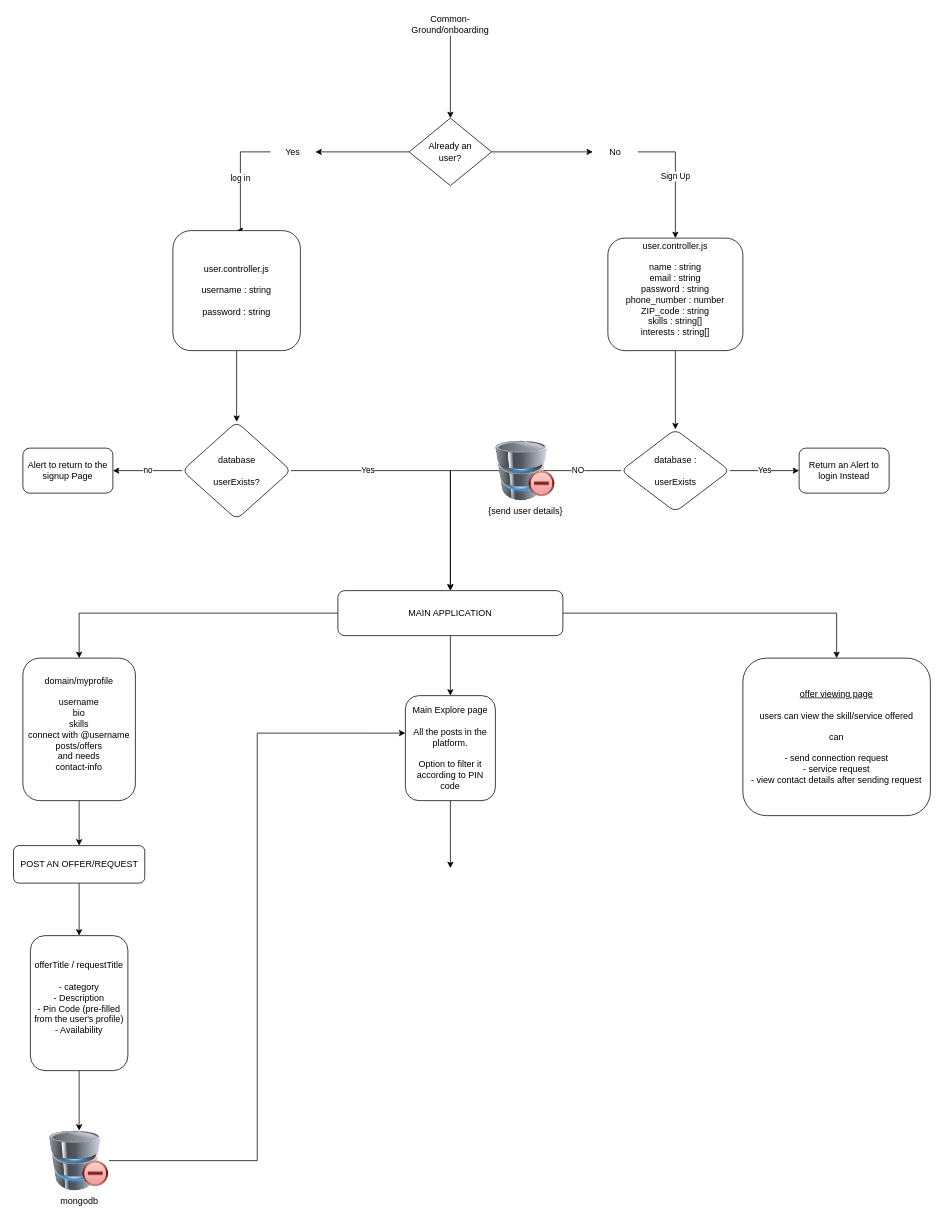
Before: Untitled Diagram.drawio in dibyacodes/Common-Ground, a draw.io diagram. Source tidied: cells renumbered, new cells numbered last; positions are measured from the earlier drawing's top-left corner, leaving out a move shared by most shapes. Both pictures are drawn from the tidied source at 75%, with x=0, y=0 at pixel (14, 13).
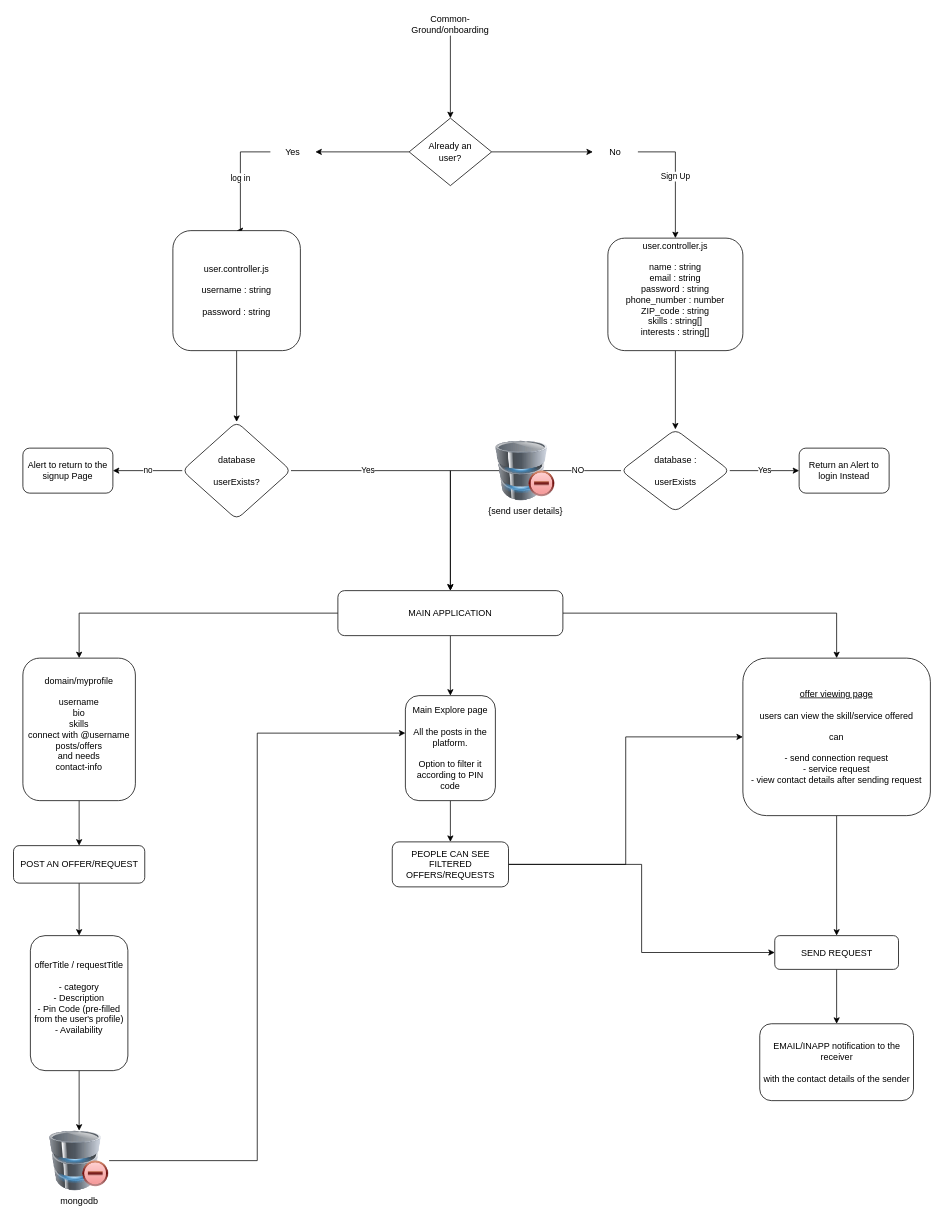
The same diagram, later.

Commit message:
sd : designed user flow & onboarding

Unchanged cells that the change refers to:
```xml
<mxCell id="30" value="&lt;div&gt;Main Explore page&lt;/div&gt;&lt;div&gt;&lt;br&gt;&lt;/div&gt;&lt;div&gt;All the posts in the platform.&lt;/div&gt;&lt;div&gt;&lt;br&gt;&lt;/div&gt;&lt;div&gt;Option to filter it according to PIN code&lt;/div&gt;" style="whiteSpace=wrap;html=1;rounded=1;" parent="1" vertex="1">
  <mxGeometry x="522" y="910" width="120" height="140" as="geometry" />
</mxCell>
<mxCell id="31" value="&lt;div&gt;&lt;u&gt;offer viewing page&lt;/u&gt;&lt;/div&gt;&lt;div&gt;&lt;br&gt;&lt;/div&gt;&lt;div&gt;users can view the skill/service offered&lt;/div&gt;&lt;div&gt;&lt;br&gt;&lt;/div&gt;&lt;div&gt;can&lt;/div&gt;&lt;div&gt;&lt;br&gt;&lt;/div&gt;&lt;div&gt;- send connection request&lt;/div&gt;&lt;div&gt;- service request&lt;/div&gt;&lt;div&gt;- view contact details after sending request&lt;/div&gt;" style="whiteSpace=wrap;html=1;rounded=1;" parent="1" vertex="1">
  <mxGeometry x="972" y="860" width="250" height="210" as="geometry" />
</mxCell>
```

The edit, as a diff of the source:
```diff
@@
-    <mxCell id="29" style="edgeStyle=orthogonalEdgeStyle;rounded=0;jettySize=auto;html=1;" parent="1" edge="1" source="30">
-      <mxGeometry relative="1" as="geometry">
-        <mxPoint x="582" y="1140" as="targetPoint" />
-      </mxGeometry>
-    </mxCell>
+    <mxCell id="39" style="edgeStyle=orthogonalEdgeStyle;rounded=0;jettySize=auto;html=1;" parent="1" edge="1" source="30" target="43">
+      <mxGeometry relative="1" as="geometry" />
+    </mxCell>
@@
+    <mxCell id="40" style="edgeStyle=orthogonalEdgeStyle;rounded=0;jettySize=auto;html=1;" parent="1" edge="1" source="31" target="45">
+      <mxGeometry relative="1" as="geometry" />
+    </mxCell>
@@
+    <mxCell id="41" style="edgeStyle=orthogonalEdgeStyle;rounded=0;jettySize=auto;html=1;entryX=0;entryY=0.5;entryDx=0;entryDy=0;" parent="1" edge="1" source="43" target="31">
+      <mxGeometry relative="1" as="geometry" />
+    </mxCell>
+    <mxCell id="42" style="edgeStyle=orthogonalEdgeStyle;rounded=0;jettySize=auto;html=1;entryX=0;entryY=0.5;entryDx=0;entryDy=0;" parent="1" edge="1" source="43" target="45">
+      <mxGeometry relative="1" as="geometry" />
+    </mxCell>
+    <mxCell id="43" value="&lt;div&gt;PEOPLE CAN SEE FILTERED OFFERS/REQUESTS&lt;/div&gt;" style="whiteSpace=wrap;html=1;rounded=1;" parent="1" vertex="1">
+      <mxGeometry x="504.5" y="1105" width="155" height="60" as="geometry" />
+    </mxCell>
+    <mxCell id="44" style="edgeStyle=orthogonalEdgeStyle;rounded=0;jettySize=auto;html=1;" parent="1" edge="1" source="45" target="46">
+      <mxGeometry relative="1" as="geometry" />
+    </mxCell>
+    <mxCell id="45" value="SEND REQUEST" style="whiteSpace=wrap;html=1;rounded=1;" parent="1" vertex="1">
+      <mxGeometry x="1014.5" y="1230" width="165" height="45" as="geometry" />
+    </mxCell>
+    <mxCell id="46" value="&lt;div&gt;EMAIL/INAPP notification to the receiver&lt;/div&gt;&lt;div&gt;&lt;br&gt;&lt;/div&gt;&lt;div&gt;with the contact details of the sender&lt;/div&gt;" style="whiteSpace=wrap;html=1;rounded=1;" parent="1" vertex="1">
+      <mxGeometry x="994.5" y="1347.5" width="205" height="102.5" as="geometry" />
+    </mxCell>
```
